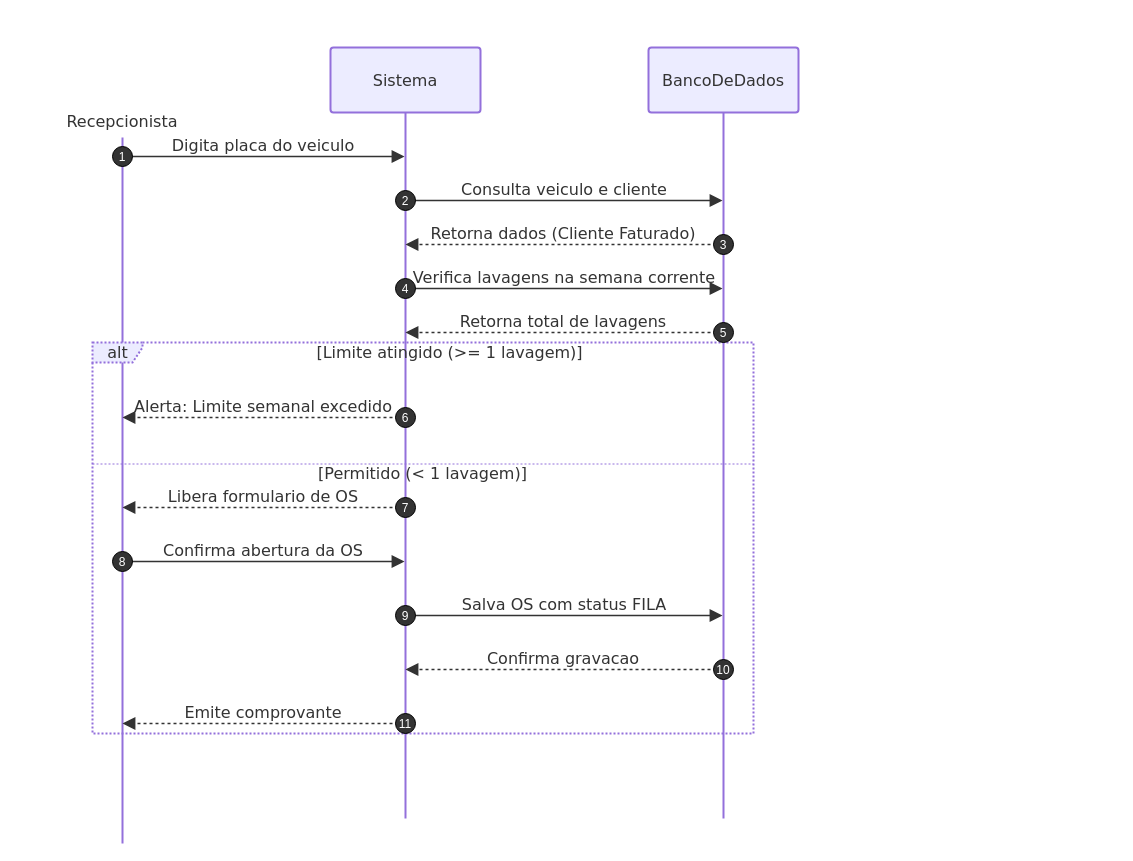
ednaldomaciel/projeto_posto_de_lavagem_ciesa keeps this draw.io diagram as diagrams/diagrama_sequencia.drawio. Above is the earlier version. Source tidied: cells renumbered, new cells numbered last; positions are measured from the earlier drawing's top-left corner, leaving out a move shared by most shapes. Both pictures are drawn from the tidied source at 100%, with x=0, y=0 at pixel (17, 17).
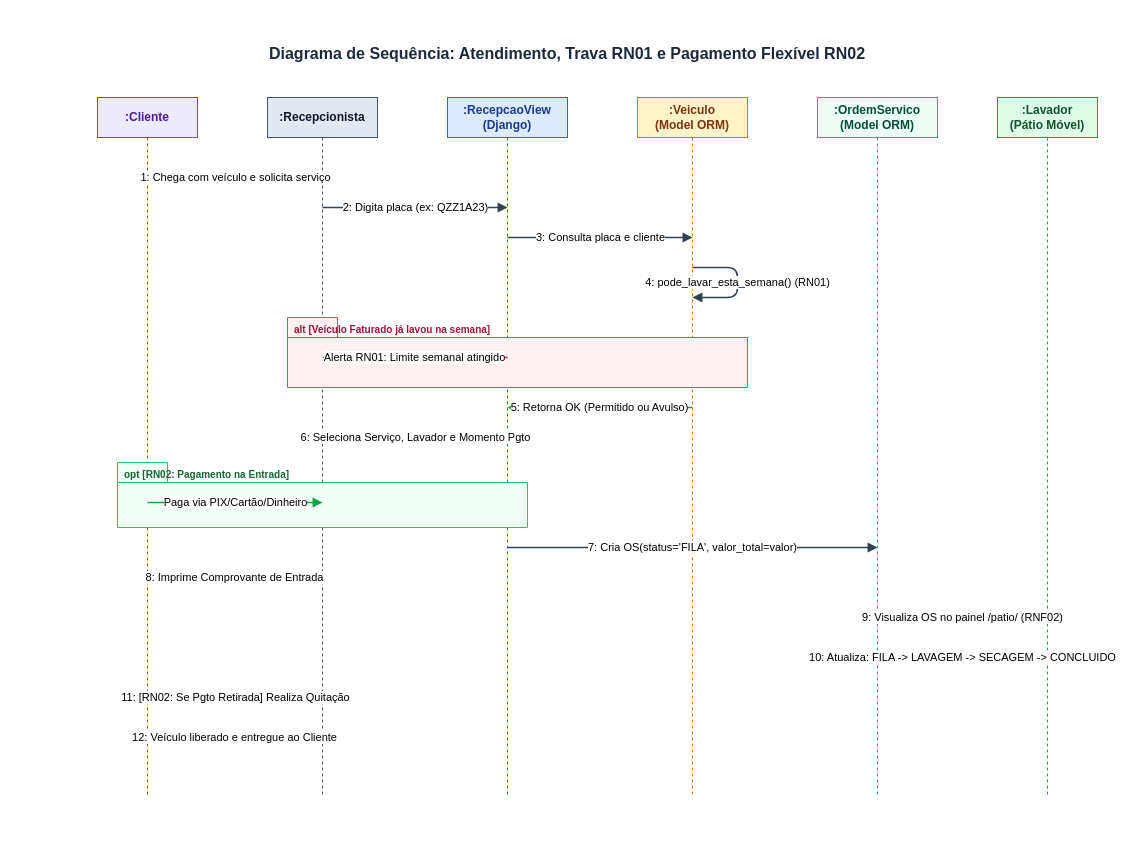
The same page after the edit.

The edit, as a diff of the source:
```diff
@@
-    <mxCell id="2" style="group;transparentBounds=1;editIcon=1;lockedGroup=0;groupPadding=10;" parent="1" vertex="1">
-      <mxGeometry as="geometry" />
-    </mxCell>
-    <mxCell id="3" value="Recepcionista" style="html=1;shape=umlLifeline;perimeter=lifelinePerimeter;whiteSpace=wrap;outlineConnect=0;portConstraint=eastwest;newEdgeStyle={&quot;edgeStyle&quot;:&quot;elbowEdgeStyle&quot;,&quot;elbow&quot;:&quot;vertical&quot;,&quot;curved&quot;:0,&quot;rounded&quot;:0};lifelineDashed=0;strokeWidth=2;rounded=1;absoluteArcSize=1;arcSize=6;lifelineColor=light-dark(#9370DB,#cccccc);participant=seqActorStick;verticalAlign=bottom;align=center;spacingBottom=4;size=90;lifelineMirror=1;fillColor=light-dark(#ECECFF,#1f2020);strokeColor=light-dark(#9370DB,#cccccc);fontColor=light-dark(#333333,#cccccc);fontFamily=Trebuchet MS,Verdana,Arial,sans-serif;fontSize=16;" parent="2" vertex="1">
-      <mxGeometry x="30" y="30" width="150" height="796" as="geometry" />
-    </mxCell>
-    <mxCell id="4" value="Sistema" style="html=1;shape=umlLifeline;perimeter=lifelinePerimeter;whiteSpace=wrap;outlineConnect=0;portConstraint=eastwest;newEdgeStyle={&quot;edgeStyle&quot;:&quot;elbowEdgeStyle&quot;,&quot;elbow&quot;:&quot;vertical&quot;,&quot;curved&quot;:0,&quot;rounded&quot;:0};lifelineDashed=0;strokeWidth=2;rounded=1;absoluteArcSize=1;arcSize=6;lifelineColor=light-dark(#9370DB,#cccccc);size=65;lifelineMirror=1;fillColor=light-dark(#ECECFF,#1f2020);strokeColor=light-dark(#9370DB,#cccccc);fontColor=light-dark(#333333,#cccccc);fontFamily=Trebuchet MS,Verdana,Arial,sans-serif;fontSize=16;" parent="2" vertex="1">
-      <mxGeometry x="313" y="30" width="150" height="771" as="geometry" />
-    </mxCell>
-    <mxCell id="5" value="BancoDeDados" style="html=1;shape=umlLifeline;perimeter=lifelinePerimeter;whiteSpace=wrap;outlineConnect=0;portConstraint=eastwest;newEdgeStyle={&quot;edgeStyle&quot;:&quot;elbowEdgeStyle&quot;,&quot;elbow&quot;:&quot;vertical&quot;,&quot;curved&quot;:0,&quot;rounded&quot;:0};lifelineDashed=0;strokeWidth=2;rounded=1;absoluteArcSize=1;arcSize=6;lifelineColor=light-dark(#9370DB,#cccccc);size=65;lifelineMirror=1;fillColor=light-dark(#ECECFF,#1f2020);strokeColor=light-dark(#9370DB,#cccccc);fontColor=light-dark(#333333,#cccccc);fontFamily=Trebuchet MS,Verdana,Arial,sans-serif;fontSize=16;" parent="2" vertex="1">
-      <mxGeometry x="631" y="30" width="150" height="771" as="geometry" />
-    </mxCell>
-    <mxCell id="6" value="alt" style="html=1;shape=umlFrame;dashed=1;fixDash=1;dashPattern=2 2;strokeWidth=2;fillColor=light-dark(#ECECFF,#1f2020);strokeColor=light-dark(#9370DB,#cccccc);fontSize=16;align=center;verticalAlign=middle;fontFamily=Trebuchet MS,Verdana,Arial,sans-serif;fontColor=light-dark(#333333,#cccccc);height=20;width=50;" parent="2" vertex="1">
-      <mxGeometry x="75" y="325" width="661" height="391" as="geometry" />
-    </mxCell>
-    <mxCell id="7" value="[Limite atingido (&gt;= 1 lavagem)]" style="text;strokeColor=none;fillColor=none;align=center;verticalAlign=middle;whiteSpace=wrap;fontSize=16;fontFamily=Trebuchet MS,Verdana,Arial,sans-serif;fontColor=light-dark(#333333,#cccccc);" parent="6" vertex="1">
-      <mxGeometry x="54" y="2" width="607" height="16" as="geometry" />
-    </mxCell>
-    <mxCell id="8" style="shape=line;dashed=1;fixDash=1;dashPattern=2 2;strokeColor=light-dark(#9370DB,#cccccc);" parent="6" vertex="1">
-      <mxGeometry y="121" width="661" height="1" as="geometry" />
-    </mxCell>
-    <mxCell id="9" value="[Permitido (&lt; 1 lavagem)]" style="text;strokeColor=none;fillColor=none;align=center;verticalAlign=middle;whiteSpace=wrap;fontSize=16;fontFamily=Trebuchet MS,Verdana,Arial,sans-serif;fontColor=light-dark(#333333,#cccccc);" parent="6" vertex="1">
-      <mxGeometry y="123" width="661" height="16" as="geometry" />
-    </mxCell>
-    <mxCell id="10" value="Digita placa do veiculo" style="endArrow=block;endSize=9;verticalAlign=bottom;edgeStyle=elbowEdgeStyle;elbow=vertical;curved=0;rounded=0;fontSize=16;labelBackgroundColor=none;strokeWidth=1.5;strokeColor=light-dark(#333333,#cccccc);fontColor=light-dark(#333333,#cccccc);fontFamily=Trebuchet MS,Verdana,Arial,sans-serif;" parent="2" edge="1" source="3" target="4">
-      <mxGeometry relative="1" as="geometry">
-        <Array as="points">
-          <mxPoint x="247" y="139" />
-        </Array>
-      </mxGeometry>
-    </mxCell>
-    <mxCell id="11" value="1" style="ellipse;fillColor=light-dark(#333333,#cccccc);align=center;verticalAlign=middle;fontColor=light-dark(#FFFFFF,#333333);fontSize=12;" parent="2" vertex="1">
-      <mxGeometry x="95" y="129" width="20" height="20" as="geometry" />
-    </mxCell>
-    <mxCell id="12" value="Consulta veiculo e cliente" style="endArrow=block;endSize=9;verticalAlign=bottom;edgeStyle=elbowEdgeStyle;elbow=vertical;curved=0;rounded=0;fontSize=16;labelBackgroundColor=none;strokeWidth=1.5;strokeColor=light-dark(#333333,#cccccc);fontColor=light-dark(#333333,#cccccc);fontFamily=Trebuchet MS,Verdana,Arial,sans-serif;" parent="2" edge="1" source="4" target="5">
-      <mxGeometry relative="1" as="geometry">
-        <Array as="points">
-          <mxPoint x="547" y="183" />
-        </Array>
-      </mxGeometry>
-    </mxCell>
-    <mxCell id="13" value="2" style="ellipse;fillColor=light-dark(#333333,#cccccc);align=center;verticalAlign=middle;fontColor=light-dark(#FFFFFF,#333333);fontSize=12;" parent="2" vertex="1">
-      <mxGeometry x="378" y="173" width="20" height="20" as="geometry" />
-    </mxCell>
-    <mxCell id="14" value="Retorna dados (Cliente Faturado)" style="dashed=1;fixDash=1;dashPattern=3 3;endArrow=block;endSize=9;verticalAlign=bottom;edgeStyle=elbowEdgeStyle;elbow=vertical;curved=0;rounded=0;fontSize=16;labelBackgroundColor=none;strokeWidth=1.5;strokeColor=light-dark(#333333,#cccccc);fontColor=light-dark(#333333,#cccccc);fontFamily=Trebuchet MS,Verdana,Arial,sans-serif;" parent="2" edge="1" source="5" target="4">
-      <mxGeometry relative="1" as="geometry">
-        <Array as="points">
-          <mxPoint x="547" y="227" />
-        </Array>
-      </mxGeometry>
-    </mxCell>
-    <mxCell id="15" value="3" style="ellipse;fillColor=light-dark(#333333,#cccccc);align=center;verticalAlign=middle;fontColor=light-dark(#FFFFFF,#333333);fontSize=12;" parent="2" vertex="1">
-      <mxGeometry x="696" y="217" width="20" height="20" as="geometry" />
-    </mxCell>
-    <mxCell id="16" value="Verifica lavagens na semana corrente" style="endArrow=block;endSize=9;verticalAlign=bottom;edgeStyle=elbowEdgeStyle;elbow=vertical;curved=0;rounded=0;fontSize=16;labelBackgroundColor=none;strokeWidth=1.5;strokeColor=light-dark(#333333,#cccccc);fontColor=light-dark(#333333,#cccccc);fontFamily=Trebuchet MS,Verdana,Arial,sans-serif;" parent="2" edge="1" source="4" target="5">
-      <mxGeometry relative="1" as="geometry">
-        <Array as="points">
-          <mxPoint x="547" y="271" />
-        </Array>
-      </mxGeometry>
-    </mxCell>
-    <mxCell id="17" value="4" style="ellipse;fillColor=light-dark(#333333,#cccccc);align=center;verticalAlign=middle;fontColor=light-dark(#FFFFFF,#333333);fontSize=12;" parent="2" vertex="1">
-      <mxGeometry x="378" y="261" width="20" height="20" as="geometry" />
-    </mxCell>
-    <mxCell id="18" value="Retorna total de lavagens" style="dashed=1;fixDash=1;dashPattern=3 3;endArrow=block;endSize=9;verticalAlign=bottom;edgeStyle=elbowEdgeStyle;elbow=vertical;curved=0;rounded=0;fontSize=16;labelBackgroundColor=none;strokeWidth=1.5;strokeColor=light-dark(#333333,#cccccc);fontColor=light-dark(#333333,#cccccc);fontFamily=Trebuchet MS,Verdana,Arial,sans-serif;" parent="2" edge="1" source="5" target="4">
-      <mxGeometry relative="1" as="geometry">
-        <Array as="points">
-          <mxPoint x="547" y="315" />
-        </Array>
-      </mxGeometry>
-    </mxCell>
-    <mxCell id="19" value="5" style="ellipse;fillColor=light-dark(#333333,#cccccc);align=center;verticalAlign=middle;fontColor=light-dark(#FFFFFF,#333333);fontSize=12;" parent="2" vertex="1">
-      <mxGeometry x="696" y="305" width="20" height="20" as="geometry" />
-    </mxCell>
-    <mxCell id="20" value="Alerta: Limite semanal excedido" style="dashed=1;fixDash=1;dashPattern=3 3;endArrow=block;endSize=9;verticalAlign=bottom;edgeStyle=elbowEdgeStyle;elbow=vertical;curved=0;rounded=0;fontSize=16;labelBackgroundColor=none;strokeWidth=1.5;strokeColor=light-dark(#333333,#cccccc);fontColor=light-dark(#333333,#cccccc);fontFamily=Trebuchet MS,Verdana,Arial,sans-serif;" parent="2" edge="1" source="4" target="3">
-      <mxGeometry relative="1" as="geometry">
-        <Array as="points">
-          <mxPoint x="247" y="400" />
-        </Array>
-      </mxGeometry>
-    </mxCell>
-    <mxCell id="21" value="6" style="ellipse;fillColor=light-dark(#333333,#cccccc);align=center;verticalAlign=middle;fontColor=light-dark(#FFFFFF,#333333);fontSize=12;" parent="2" vertex="1">
-      <mxGeometry x="378" y="390" width="20" height="20" as="geometry" />
-    </mxCell>
-    <mxCell id="22" value="Libera formulario de OS" style="dashed=1;fixDash=1;dashPattern=3 3;endArrow=block;endSize=9;verticalAlign=bottom;edgeStyle=elbowEdgeStyle;elbow=vertical;curved=0;rounded=0;fontSize=16;labelBackgroundColor=none;strokeWidth=1.5;strokeColor=light-dark(#333333,#cccccc);fontColor=light-dark(#333333,#cccccc);fontFamily=Trebuchet MS,Verdana,Arial,sans-serif;" parent="2" edge="1" source="4" target="3">
-      <mxGeometry relative="1" as="geometry">
-        <Array as="points">
-          <mxPoint x="247" y="490" />
-        </Array>
-      </mxGeometry>
-    </mxCell>
-    <mxCell id="23" value="7" style="ellipse;fillColor=light-dark(#333333,#cccccc);align=center;verticalAlign=middle;fontColor=light-dark(#FFFFFF,#333333);fontSize=12;" parent="2" vertex="1">
-      <mxGeometry x="378" y="480" width="20" height="20" as="geometry" />
-    </mxCell>
-    <mxCell id="24" value="Confirma abertura da OS" style="endArrow=block;endSize=9;verticalAlign=bottom;edgeStyle=elbowEdgeStyle;elbow=vertical;curved=0;rounded=0;fontSize=16;labelBackgroundColor=none;strokeWidth=1.5;strokeColor=light-dark(#333333,#cccccc);fontColor=light-dark(#333333,#cccccc);fontFamily=Trebuchet MS,Verdana,Arial,sans-serif;" parent="2" edge="1" source="3" target="4">
-      <mxGeometry relative="1" as="geometry">
-        <Array as="points">
-          <mxPoint x="247" y="544" />
-        </Array>
-      </mxGeometry>
-    </mxCell>
-    <mxCell id="25" value="8" style="ellipse;fillColor=light-dark(#333333,#cccccc);align=center;verticalAlign=middle;fontColor=light-dark(#FFFFFF,#333333);fontSize=12;" parent="2" vertex="1">
-      <mxGeometry x="95" y="534" width="20" height="20" as="geometry" />
-    </mxCell>
-    <mxCell id="26" value="Salva OS com status FILA" style="endArrow=block;endSize=9;verticalAlign=bottom;edgeStyle=elbowEdgeStyle;elbow=vertical;curved=0;rounded=0;fontSize=16;labelBackgroundColor=none;strokeWidth=1.5;strokeColor=light-dark(#333333,#cccccc);fontColor=light-dark(#333333,#cccccc);fontFamily=Trebuchet MS,Verdana,Arial,sans-serif;" parent="2" edge="1" source="4" target="5">
-      <mxGeometry relative="1" as="geometry">
-        <Array as="points">
-          <mxPoint x="547" y="598" />
-        </Array>
-      </mxGeometry>
-    </mxCell>
-    <mxCell id="27" value="9" style="ellipse;fillColor=light-dark(#333333,#cccccc);align=center;verticalAlign=middle;fontColor=light-dark(#FFFFFF,#333333);fontSize=12;" parent="2" vertex="1">
-      <mxGeometry x="378" y="588" width="20" height="20" as="geometry" />
-    </mxCell>
-    <mxCell id="28" value="Confirma gravacao" style="dashed=1;fixDash=1;dashPattern=3 3;endArrow=block;endSize=9;verticalAlign=bottom;edgeStyle=elbowEdgeStyle;elbow=vertical;curved=0;rounded=0;fontSize=16;labelBackgroundColor=none;strokeWidth=1.5;strokeColor=light-dark(#333333,#cccccc);fontColor=light-dark(#333333,#cccccc);fontFamily=Trebuchet MS,Verdana,Arial,sans-serif;" parent="2" edge="1" source="5" target="4">
-      <mxGeometry relative="1" as="geometry">
-        <Array as="points">
-          <mxPoint x="547" y="652" />
-        </Array>
-      </mxGeometry>
-    </mxCell>
-    <mxCell id="29" value="10" style="ellipse;fillColor=light-dark(#333333,#cccccc);align=center;verticalAlign=middle;fontColor=light-dark(#FFFFFF,#333333);fontSize=12;" parent="2" vertex="1">
-      <mxGeometry x="696" y="642" width="20" height="20" as="geometry" />
-    </mxCell>
-    <mxCell id="30" value="Emite comprovante" style="dashed=1;fixDash=1;dashPattern=3 3;endArrow=block;endSize=9;verticalAlign=bottom;edgeStyle=elbowEdgeStyle;elbow=vertical;curved=0;rounded=0;fontSize=16;labelBackgroundColor=none;strokeWidth=1.5;strokeColor=light-dark(#333333,#cccccc);fontColor=light-dark(#333333,#cccccc);fontFamily=Trebuchet MS,Verdana,Arial,sans-serif;" parent="2" edge="1" source="4" target="3">
-      <mxGeometry relative="1" as="geometry">
-        <Array as="points">
-          <mxPoint x="247" y="706" />
-        </Array>
-      </mxGeometry>
-    </mxCell>
-    <mxCell id="31" value="11" style="ellipse;fillColor=light-dark(#333333,#cccccc);align=center;verticalAlign=middle;fontColor=light-dark(#FFFFFF,#333333);fontSize=12;" parent="2" vertex="1">
-      <mxGeometry x="378" y="696" width="20" height="20" as="geometry" />
-    </mxCell>
+    <mxCell id="32" value="Diagrama de Sequência: Atendimento, Trava RN01 e Pagamento Flexível RN02" style="text;strokeColor=none;fillColor=none;align=center;verticalAlign=middle;fontSize=16;fontStyle=1;fontColor=#1e293b;" parent="1" vertex="1">
+      <mxGeometry x="150" y="20" width="800" height="30" as="geometry" />
+    </mxCell>
+    <mxCell id="33" value=":Cliente" style="shape=umlLifeline;perimeter=lifelinePerimeter;whiteSpace=wrap;html=1;fontStyle=1;fillColor=#ede9fe;strokeColor=#7c3aed;fontColor=#4c1d95;" parent="1" vertex="1">
+      <mxGeometry x="80" y="80" width="100" height="700" as="geometry" />
+    </mxCell>
+    <mxCell id="34" value=":Recepcionista" style="shape=umlLifeline;perimeter=lifelinePerimeter;whiteSpace=wrap;html=1;fontStyle=1;fillColor=#e2e8f0;strokeColor=#475569;fontColor=#0f172a;" parent="1" vertex="1">
+      <mxGeometry x="250" y="80" width="110" height="700" as="geometry" />
+    </mxCell>
+    <mxCell id="35" value=":RecepcaoView&#10;(Django)" style="shape=umlLifeline;perimeter=lifelinePerimeter;whiteSpace=wrap;html=1;fontStyle=1;fillColor=#dbeafe;strokeColor=#2563eb;fontColor=#1e3a8a;" parent="1" vertex="1">
+      <mxGeometry x="430" y="80" width="120" height="700" as="geometry" />
+    </mxCell>
+    <mxCell id="36" value=":Veiculo&#10;(Model ORM)" style="shape=umlLifeline;perimeter=lifelinePerimeter;whiteSpace=wrap;html=1;fontStyle=1;fillColor=#fef3c7;strokeColor=#d97706;fontColor=#78350f;" parent="1" vertex="1">
+      <mxGeometry x="620" y="80" width="110" height="700" as="geometry" />
+    </mxCell>
+    <mxCell id="37" value=":OrdemServico&#10;(Model ORM)" style="shape=umlLifeline;perimeter=lifelinePerimeter;whiteSpace=wrap;html=1;fontStyle=1;fillColor=#ecfdf5;strokeColor=#10b981;fontColor=#064e3b;" parent="1" vertex="1">
+      <mxGeometry x="800" y="80" width="120" height="700" as="geometry" />
+    </mxCell>
+    <mxCell id="38" value=":Lavador&#10;(Pátio Móvel)" style="shape=umlLifeline;perimeter=lifelinePerimeter;whiteSpace=wrap;html=1;fontStyle=1;fillColor=#dcfce7;strokeColor=#16a34a;fontColor=#14532d;" parent="1" vertex="1">
+      <mxGeometry x="980" y="80" width="100" height="700" as="geometry" />
+    </mxCell>
+    <mxCell id="39" value="1: Chega com veículo e solicita serviço" style="endArrow=block;html=1;strokeColor=#334155;strokeWidth=1.5;endFill=1;" parent="1" edge="1">
+      <mxGeometry relative="1" as="geometry">
+        <mxPoint x="130" y="160" as="sourcePoint" />
+        <mxPoint x="305" y="160" as="targetPoint" />
+      </mxGeometry>
+    </mxCell>
+    <mxCell id="40" value="2: Digita placa (ex: QZZ1A23)" style="endArrow=block;html=1;strokeColor=#334155;strokeWidth=1.5;endFill=1;" parent="1" edge="1">
+      <mxGeometry relative="1" as="geometry">
+        <mxPoint x="305" y="190" as="sourcePoint" />
+        <mxPoint x="490" y="190" as="targetPoint" />
+      </mxGeometry>
+    </mxCell>
+    <mxCell id="41" value="3: Consulta placa e cliente" style="endArrow=block;html=1;strokeColor=#334155;strokeWidth=1.5;endFill=1;" parent="1" edge="1">
+      <mxGeometry relative="1" as="geometry">
+        <mxPoint x="490" y="220" as="sourcePoint" />
+        <mxPoint x="675" y="220" as="targetPoint" />
+      </mxGeometry>
+    </mxCell>
+    <mxCell id="42" value="4: pode_lavar_esta_semana() (RN01)" style="endArrow=block;html=1;strokeColor=#334155;strokeWidth=1.5;endFill=1;" parent="1" edge="1">
+      <mxGeometry relative="1" as="geometry">
+        <mxPoint x="675" y="250" as="sourcePoint" />
+        <mxPoint x="675" y="280" as="targetPoint" />
+        <Array as="points">
+          <mxPoint x="720" y="250" />
+          <mxPoint x="720" y="280" />
+        </Array>
+      </mxGeometry>
+    </mxCell>
+    <mxCell id="43" value="alt [Veículo Faturado já lavou na semana]" style="shape=folder;fontStyle=1;tabWidth=50;tabHeight=20;tabPosition=left;fillColor=#fff1f2;strokeColor=#f43f5e;fontColor=#9f1239;fontSize=10;verticalAlign=top;align=left;spacingLeft=5;" parent="1" vertex="1">
+      <mxGeometry x="270" y="300" width="460" height="70" as="geometry" />
+    </mxCell>
+    <mxCell id="44" value="Alerta RN01: Limite semanal atingido" style="endArrow=open;dashed=1;html=1;strokeColor=#e11d48;strokeWidth=1.5;endFill=0;" parent="1" edge="1">
+      <mxGeometry relative="1" as="geometry">
+        <mxPoint x="490" y="340" as="sourcePoint" />
+        <mxPoint x="305" y="340" as="targetPoint" />
+      </mxGeometry>
+    </mxCell>
+    <mxCell id="45" value="5: Retorna OK (Permitido ou Avulso)" style="endArrow=open;dashed=1;html=1;strokeColor=#16a34a;strokeWidth=1.5;endFill=0;" parent="1" edge="1">
+      <mxGeometry relative="1" as="geometry">
+        <mxPoint x="675" y="390" as="sourcePoint" />
+        <mxPoint x="490" y="390" as="targetPoint" />
+      </mxGeometry>
+    </mxCell>
+    <mxCell id="46" value="6: Seleciona Serviço, Lavador e Momento Pgto" style="endArrow=block;html=1;strokeColor=#334155;strokeWidth=1.5;endFill=1;" parent="1" edge="1">
+      <mxGeometry relative="1" as="geometry">
+        <mxPoint x="305" y="420" as="sourcePoint" />
+        <mxPoint x="490" y="420" as="targetPoint" />
+      </mxGeometry>
+    </mxCell>
+    <mxCell id="47" value="opt [RN02: Pagamento na Entrada]" style="shape=folder;fontStyle=1;tabWidth=50;tabHeight=20;tabPosition=left;fillColor=#f0fdf4;strokeColor=#22c55e;fontColor=#166534;fontSize=10;verticalAlign=top;align=left;spacingLeft=5;" parent="1" vertex="1">
+      <mxGeometry x="100" y="445" width="410" height="65" as="geometry" />
+    </mxCell>
+    <mxCell id="48" value="Paga via PIX/Cartão/Dinheiro" style="endArrow=block;html=1;strokeColor=#16a34a;strokeWidth=1.5;endFill=1;" parent="1" edge="1">
+      <mxGeometry relative="1" as="geometry">
+        <mxPoint x="130" y="485" as="sourcePoint" />
+        <mxPoint x="305" y="485" as="targetPoint" />
+      </mxGeometry>
+    </mxCell>
+    <mxCell id="49" value="7: Cria OS(status='FILA', valor_total=valor)" style="endArrow=block;html=1;strokeColor=#334155;strokeWidth=1.5;endFill=1;" parent="1" edge="1">
+      <mxGeometry relative="1" as="geometry">
+        <mxPoint x="490" y="530" as="sourcePoint" />
+        <mxPoint x="860" y="530" as="targetPoint" />
+      </mxGeometry>
+    </mxCell>
+    <mxCell id="50" value="8: Imprime Comprovante de Entrada" style="endArrow=open;dashed=1;html=1;strokeColor=#334155;strokeWidth=1.5;endFill=0;" parent="1" edge="1">
+      <mxGeometry relative="1" as="geometry">
+        <mxPoint x="305" y="560" as="sourcePoint" />
+        <mxPoint x="130" y="560" as="targetPoint" />
+      </mxGeometry>
+    </mxCell>
+    <mxCell id="51" value="9: Visualiza OS no painel /patio/ (RNF02)" style="endArrow=block;html=1;strokeColor=#16a34a;strokeWidth=1.5;endFill=1;" parent="1" edge="1">
+      <mxGeometry relative="1" as="geometry">
+        <mxPoint x="860" y="600" as="sourcePoint" />
+        <mxPoint x="1030" y="600" as="targetPoint" />
+      </mxGeometry>
+    </mxCell>
+    <mxCell id="52" value="10: Atualiza: FILA -&gt; LAVAGEM -&gt; SECAGEM -&gt; CONCLUIDO" style="endArrow=block;html=1;strokeColor=#16a34a;strokeWidth=1.5;endFill=1;" parent="1" edge="1">
+      <mxGeometry relative="1" as="geometry">
+        <mxPoint x="1030" y="640" as="sourcePoint" />
+        <mxPoint x="860" y="640" as="targetPoint" />
+      </mxGeometry>
+    </mxCell>
+    <mxCell id="53" value="11: [RN02: Se Pgto Retirada] Realiza Quitação" style="endArrow=block;html=1;strokeColor=#334155;strokeWidth=1.5;endFill=1;" parent="1" edge="1">
+      <mxGeometry relative="1" as="geometry">
+        <mxPoint x="130" y="680" as="sourcePoint" />
+        <mxPoint x="305" y="680" as="targetPoint" />
+      </mxGeometry>
+    </mxCell>
+    <mxCell id="54" value="12: Veículo liberado e entregue ao Cliente" style="endArrow=open;dashed=1;html=1;strokeColor=#334155;strokeWidth=1.5;endFill=0;" parent="1" edge="1">
+      <mxGeometry relative="1" as="geometry">
+        <mxPoint x="305" y="720" as="sourcePoint" />
+        <mxPoint x="130" y="720" as="targetPoint" />
+      </mxGeometry>
+    </mxCell>
```
